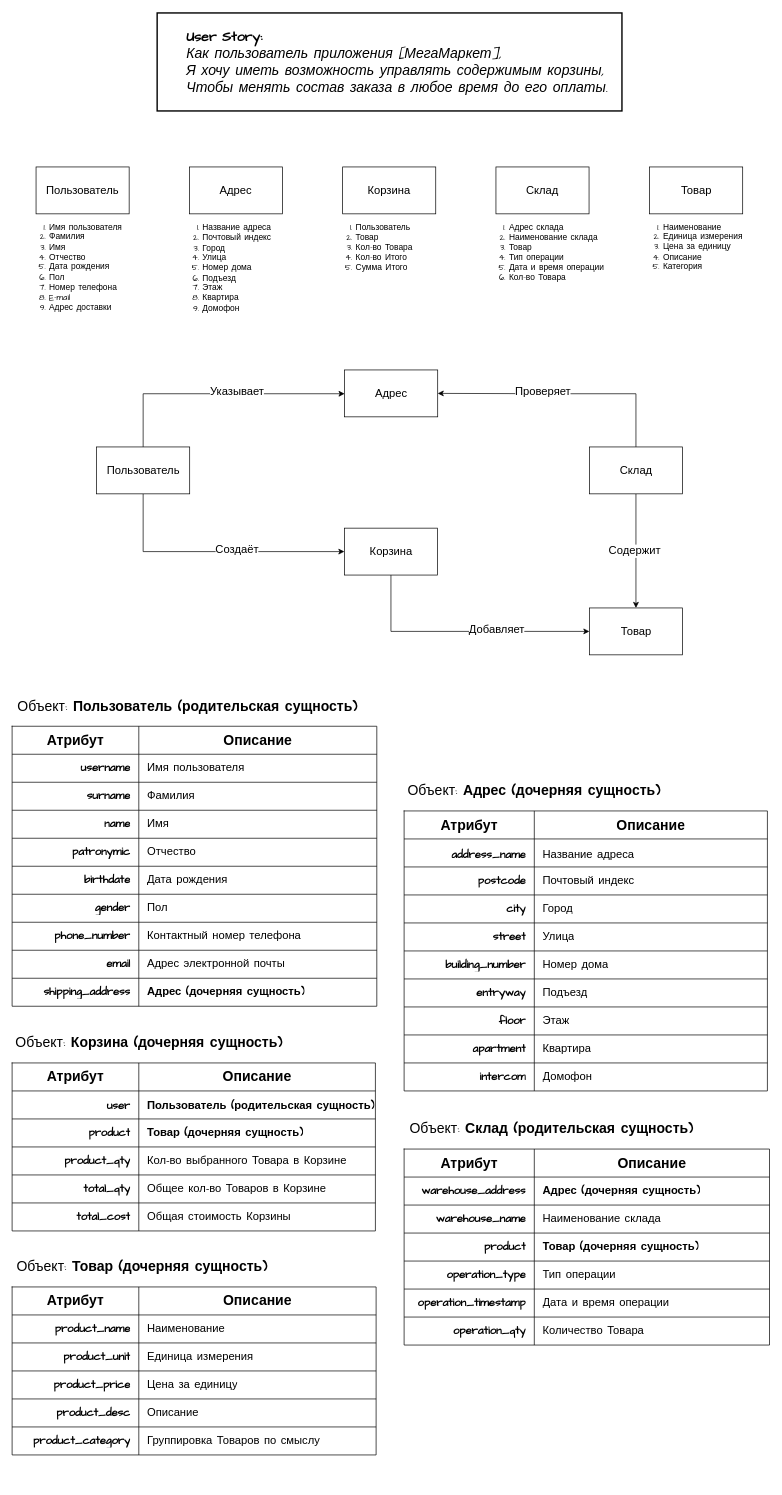
The draw.io diagram Ryabtsev_Alexander/Source/T06_DataModel.drawio in abdullahproff/BSA21_1, before the edit. Source tidied: cells renumbered, new cells numbered last; positions are measured from the earlier drawing's top-left corner, leaving out a move shared by most shapes. Both pictures are drawn from the tidied source at 70%, with x=0, y=0 at pixel (12, 13).
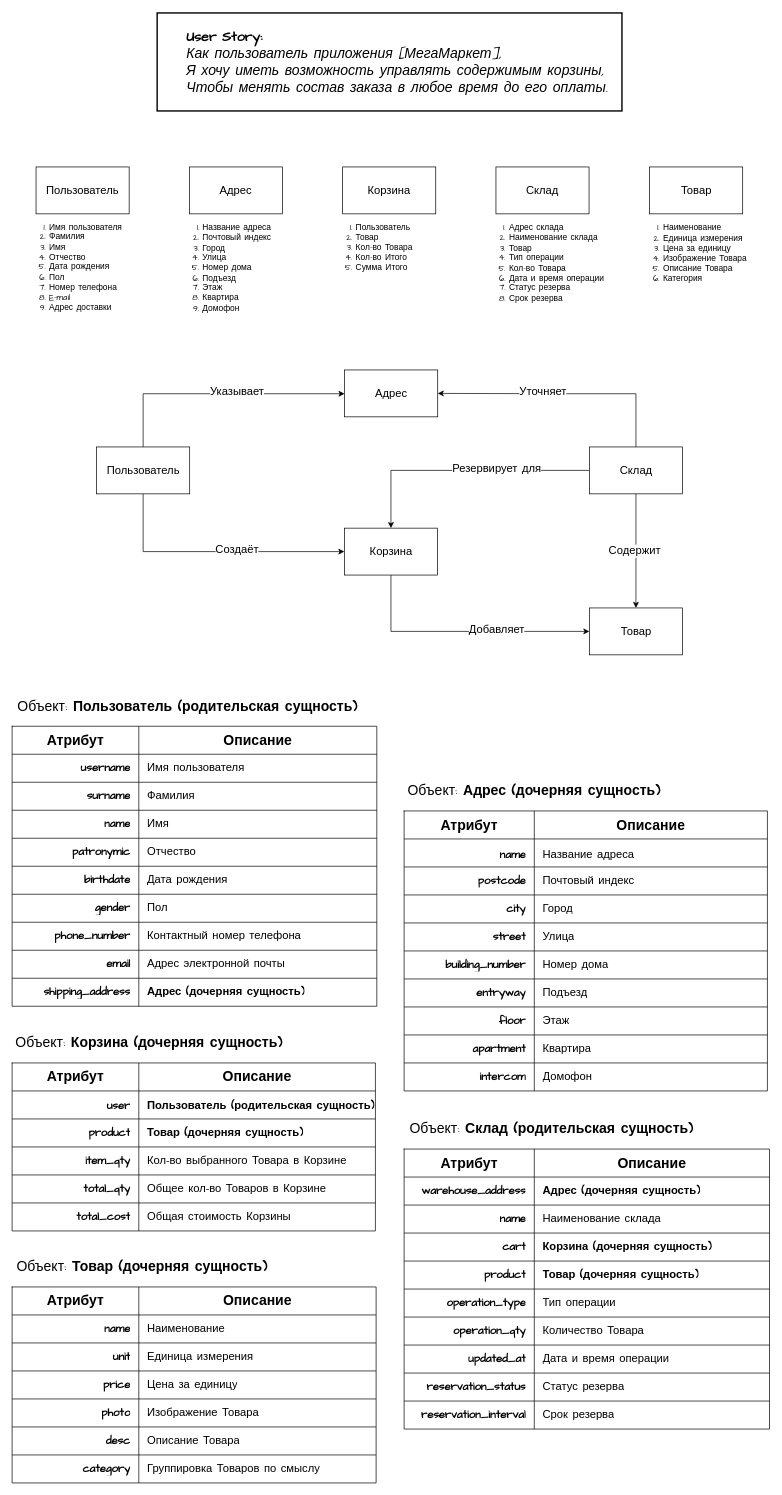
The same diagram, later.

Commit message:
This synchronizes model with ERD

Unchanged cells that the change refers to:
```xml
<mxCell id="20" value="Корзина" style="rounded=0;whiteSpace=wrap;html=1;fontFamily=Comic Sans MS;fontSize=16;" parent="1" vertex="1">
  <mxGeometry x="474.5" y="736" width="133" height="67" as="geometry" />
</mxCell>
<mxCell id="21" style="edgeStyle=orthogonalEdgeStyle;rounded=0;jettySize=auto;html=1;entryX=1;entryY=0.5;entryDx=0;entryDy=0;fontFamily=Comic Sans MS;fontSize=16;exitX=0.5;exitY=0;exitDx=0;exitDy=0;" parent="1" edge="1" source="23" target="59">
  <mxGeometry relative="1" as="geometry">
    <Array as="points">
      <mxPoint x="891.5" y="544" />
      <mxPoint x="786.5" y="544" />
    </Array>
  </mxGeometry>
</mxCell>
<mxCell id="23" value="Склад" style="rounded=0;whiteSpace=wrap;html=1;fontFamily=Comic Sans MS;fontSize=16;" parent="1" vertex="1">
  <mxGeometry x="824.5" y="620" width="133" height="67" as="geometry" />
</mxCell>
<mxCell id="64" style="shape=tableRow;horizontal=0;startSize=0;swimlaneHead=0;swimlaneBody=0;strokeColor=inherit;top=0;left=0;bottom=0;right=0;fillColor=none;fontFamily=Comic Sans MS;fontSize=16;align=center;" parent="60" vertex="1">
  <mxGeometry y="40" width="519" height="40" as="geometry" />
</mxCell>
<mxCell id="96" style="shape=tableRow;horizontal=0;startSize=0;swimlaneHead=0;swimlaneBody=0;strokeColor=inherit;top=0;left=0;bottom=0;right=0;fillColor=none;fontFamily=Comic Sans MS;fontSize=16;" parent="92" vertex="1">
  <mxGeometry y="40" width="520" height="40" as="geometry" />
</mxCell>
<mxCell id="99" style="shape=tableRow;horizontal=0;startSize=0;swimlaneHead=0;swimlaneBody=0;strokeColor=inherit;top=0;left=0;bottom=0;right=0;fillColor=none;fontFamily=Comic Sans MS;fontSize=16;" parent="92" vertex="1">
  <mxGeometry y="80" width="520" height="40" as="geometry" />
</mxCell>
<mxCell id="102" style="shape=tableRow;horizontal=0;startSize=0;swimlaneHead=0;swimlaneBody=0;strokeColor=inherit;top=0;left=0;bottom=0;right=0;fillColor=none;fontFamily=Comic Sans MS;fontSize=16;" parent="92" vertex="1">
  <mxGeometry y="120" width="520" height="40" as="geometry" />
</mxCell>
<mxCell id="124" style="shape=tableRow;horizontal=0;startSize=0;swimlaneHead=0;swimlaneBody=0;strokeColor=inherit;top=0;left=0;bottom=0;right=0;fillColor=none;fontFamily=Comic Sans MS;fontSize=16;" parent="114" vertex="1">
  <mxGeometry y="120" width="519" height="40" as="geometry" />
</mxCell>
<mxCell id="140" style="shape=tableRow;horizontal=0;startSize=0;swimlaneHead=0;swimlaneBody=0;strokeColor=inherit;top=0;left=0;bottom=0;right=0;fillColor=none;fontFamily=Comic Sans MS;fontSize=16;" parent="133" vertex="1">
  <mxGeometry y="80" width="522" height="40" as="geometry" />
</mxCell>
```

What changed in the source:
```diff
@@
-    <mxCell id="8" value="&lt;ol style=&quot;font-size: 12px;&quot;&gt;&lt;li style=&quot;font-size: 12px;&quot;&gt;Наименование&lt;/li&gt;&lt;li style=&quot;font-size: 12px;&quot;&gt;Единица измерения&lt;/li&gt;&lt;li style=&quot;font-size: 12px;&quot;&gt;Цена за единицу&lt;/li&gt;&lt;li style=&quot;font-size: 12px;&quot;&gt;Описание&lt;/li&gt;&lt;li style=&quot;font-size: 12px;&quot;&gt;Категория&lt;/li&gt;&lt;/ol&gt;" style="text;html=1;align=left;verticalAlign=middle;strokeColor=none;fillColor=none;fontFamily=Comic Sans MS;fontSize=12;horizontal=1;" parent="1" vertex="1">
-      <mxGeometry x="887.5" y="280" width="180" height="110" as="geometry" />
+    <mxCell id="8" value="&lt;ol style=&quot;font-size: 12px;&quot;&gt;&lt;li style=&quot;font-size: 12px;&quot;&gt;Наименование&lt;/li&gt;&lt;li style=&quot;font-size: 12px;&quot;&gt;Единица измерения&lt;/li&gt;&lt;li style=&quot;font-size: 12px;&quot;&gt;Цена за единицу&lt;/li&gt;&lt;li style=&quot;font-size: 12px;&quot;&gt;Изображение Товара&lt;/li&gt;&lt;li style=&quot;font-size: 12px;&quot;&gt;Описание Товара&lt;/li&gt;&lt;li style=&quot;font-size: 12px;&quot;&gt;Категория&lt;/li&gt;&lt;/ol&gt;" style="text;html=1;align=left;verticalAlign=middle;strokeColor=none;fillColor=none;fontFamily=Comic Sans MS;fontSize=12;horizontal=1;" parent="1" vertex="1">
+      <mxGeometry x="887.5" y="284" width="180" height="120" as="geometry" />
     </mxCell>
-    <mxCell id="9" value="&lt;ol style=&quot;font-size: 12px;&quot;&gt;&lt;li style=&quot;font-size: 12px;&quot;&gt;Адрес склада&lt;/li&gt;&lt;li style=&quot;font-size: 12px;&quot;&gt;Наименование склада&lt;/li&gt;&lt;li style=&quot;font-size: 12px;&quot;&gt;Товар&lt;/li&gt;&lt;li style=&quot;font-size: 12px;&quot;&gt;&lt;span style=&quot;background-color: initial;&quot;&gt;Тип операции&lt;/span&gt;&lt;/li&gt;&lt;li style=&quot;font-size: 12px;&quot;&gt;&lt;span style=&quot;background-color: initial;&quot;&gt;Дата и время операции&lt;/span&gt;&lt;br&gt;&lt;/li&gt;&lt;li&gt;Кол-во Товара&lt;/li&gt;&lt;/ol&gt;" style="text;html=1;align=left;verticalAlign=middle;strokeColor=none;fillColor=none;fontFamily=Comic Sans MS;fontSize=12;horizontal=1;" parent="1" vertex="1">
-      <mxGeometry x="668" y="283" width="200" height="120" as="geometry" />
+    <mxCell id="9" value="&lt;ol style=&quot;font-size: 12px;&quot;&gt;&lt;li style=&quot;font-size: 12px;&quot;&gt;Адрес склада&lt;/li&gt;&lt;li style=&quot;font-size: 12px;&quot;&gt;Наименование склада&lt;/li&gt;&lt;li style=&quot;font-size: 12px;&quot;&gt;Товар&lt;/li&gt;&lt;li&gt;&lt;span style=&quot;background-color: initial;&quot;&gt;Тип операции&lt;br&gt;&lt;/span&gt;&lt;/li&gt;&lt;li&gt;&lt;span style=&quot;background-color: initial;&quot;&gt;Кол-во Товара&lt;/span&gt;&lt;br&gt;&lt;/li&gt;&lt;li style=&quot;font-size: 12px;&quot;&gt;&lt;span style=&quot;background-color: initial;&quot;&gt;Дата и время операции&lt;/span&gt;&lt;br&gt;&lt;/li&gt;&lt;li&gt;Статус резерва&lt;/li&gt;&lt;li&gt;Срок резерва&lt;/li&gt;&lt;/ol&gt;" style="text;html=1;align=left;verticalAlign=middle;strokeColor=none;fillColor=none;fontFamily=Comic Sans MS;fontSize=12;horizontal=1;" parent="1" vertex="1">
+      <mxGeometry x="668" y="283" width="200" height="150" as="geometry" />
     </mxCell>
@@
-    <mxCell id="22" value="Проверяет" style="edgeLabel;html=1;align=center;verticalAlign=middle;fontFamily=Comic Sans MS;fontSize=16;" parent="21" vertex="1">
+    <mxCell id="22" value="Уточняет" style="edgeLabel;html=1;align=center;verticalAlign=middle;fontFamily=Comic Sans MS;fontSize=16;" parent="21" vertex="1">
       <mxGeometry x="0.19" y="1" relative="1" as="geometry">
         <mxPoint x="5" y="-4" as="offset" />
       </mxGeometry>
     </mxCell>
+    <mxCell id="155" style="edgeStyle=orthogonalEdgeStyle;rounded=0;jettySize=auto;html=1;entryX=0.5;entryY=0;entryDx=0;entryDy=0;" parent="1" edge="1" source="23" target="20">
+      <mxGeometry relative="1" as="geometry" />
+    </mxCell>
+    <mxCell id="156" value="Резервирует для" style="edgeLabel;html=1;align=center;verticalAlign=middle;fontFamily=Comic Sans MS;fontSize=16;" parent="155" vertex="1">
+      <mxGeometry y="-3" relative="1" as="geometry">
+        <mxPoint x="50" as="offset" />
+      </mxGeometry>
+    </mxCell>
@@
-    <mxCell id="65" value="&lt;span style=&quot;font-size: 16px; font-weight: 700;&quot;&gt;address_name&lt;/span&gt;" style="shape=partialRectangle;html=1;whiteSpace=wrap;strokeColor=inherit;overflow=hidden;fillColor=none;top=0;left=0;bottom=0;right=0;fontFamily=Comic Sans MS;fontSize=20;align=right;spacingRight=10;" parent="64" vertex="1">
+    <mxCell id="65" value="&lt;span style=&quot;font-size: 16px; font-weight: 700;&quot;&gt;name&lt;/span&gt;" style="shape=partialRectangle;html=1;whiteSpace=wrap;strokeColor=inherit;overflow=hidden;fillColor=none;top=0;left=0;bottom=0;right=0;fontFamily=Comic Sans MS;fontSize=20;align=right;spacingRight=10;" parent="64" vertex="1">
       <mxGeometry width="186" height="40" as="geometry" />
     </mxCell>
@@
     <mxCell id="92" style="shape=table;startSize=0;childLayout=tableLayout;fontFamily=Comic Sans MS;fontSize=16;" parent="1" vertex="1">
-      <mxGeometry x="-0.2" y="1820" width="520" height="240" as="geometry" />
+      <mxGeometry x="-0.2" y="1820" width="520" height="280" as="geometry" />
     </mxCell>
@@
-    <mxCell id="97" value="product_name" style="shape=partialRectangle;html=1;whiteSpace=wrap;strokeColor=inherit;overflow=hidden;fillColor=none;top=0;left=0;bottom=0;right=0;fontFamily=Comic Sans MS;fontSize=16;align=right;spacingRight=10;fontStyle=1;" parent="96" vertex="1">
+    <mxCell id="97" value="name" style="shape=partialRectangle;html=1;whiteSpace=wrap;strokeColor=inherit;overflow=hidden;fillColor=none;top=0;left=0;bottom=0;right=0;fontFamily=Comic Sans MS;fontSize=16;align=right;spacingRight=10;fontStyle=1;" parent="96" vertex="1">
       <mxGeometry width="181" height="40" as="geometry" />
     </mxCell>
@@
-    <mxCell id="100" value="product_unit" style="shape=partialRectangle;html=1;whiteSpace=wrap;strokeColor=inherit;overflow=hidden;fillColor=none;top=0;left=0;bottom=0;right=0;fontFamily=Comic Sans MS;fontSize=16;align=right;spacingRight=10;fontStyle=1;" parent="99" vertex="1">
+    <mxCell id="100" value="unit" style="shape=partialRectangle;html=1;whiteSpace=wrap;strokeColor=inherit;overflow=hidden;fillColor=none;top=0;left=0;bottom=0;right=0;fontFamily=Comic Sans MS;fontSize=16;align=right;spacingRight=10;fontStyle=1;" parent="99" vertex="1">
       <mxGeometry width="181" height="40" as="geometry" />
     </mxCell>
@@
-    <mxCell id="103" value="product_price" style="shape=partialRectangle;html=1;whiteSpace=wrap;strokeColor=inherit;overflow=hidden;fillColor=none;top=0;left=0;bottom=0;right=0;fontFamily=Comic Sans MS;fontSize=16;align=right;spacingRight=10;fontStyle=1;" parent="102" vertex="1">
+    <mxCell id="103" value="price" style="shape=partialRectangle;html=1;whiteSpace=wrap;strokeColor=inherit;overflow=hidden;fillColor=none;top=0;left=0;bottom=0;right=0;fontFamily=Comic Sans MS;fontSize=16;align=right;spacingRight=10;fontStyle=1;" parent="102" vertex="1">
       <mxGeometry width="181" height="40" as="geometry" />
     </mxCell>
@@
+    <mxCell id="157" style="shape=tableRow;horizontal=0;startSize=0;swimlaneHead=0;swimlaneBody=0;strokeColor=inherit;top=0;left=0;bottom=0;right=0;fillColor=none;fontFamily=Comic Sans MS;fontSize=16;" parent="92" vertex="1">
+      <mxGeometry y="160" width="520" height="40" as="geometry" />
+    </mxCell>
+    <mxCell id="158" value="photo" style="shape=partialRectangle;html=1;whiteSpace=wrap;strokeColor=inherit;overflow=hidden;fillColor=none;top=0;left=0;bottom=0;right=0;fontFamily=Comic Sans MS;fontSize=16;align=right;spacingRight=10;fontStyle=1;" parent="157" vertex="1">
+      <mxGeometry width="181" height="40" as="geometry" />
+    </mxCell>
+    <mxCell id="159" value="Изображение Товара" style="shape=partialRectangle;html=1;whiteSpace=wrap;strokeColor=inherit;overflow=hidden;fillColor=none;top=0;left=0;bottom=0;right=0;fontFamily=Comic Sans MS;fontSize=16;align=left;spacingLeft=10;" parent="157" vertex="1">
+      <mxGeometry x="181" width="339" height="40" as="geometry" />
+    </mxCell>
     <mxCell id="105" style="shape=tableRow;horizontal=0;startSize=0;swimlaneHead=0;swimlaneBody=0;strokeColor=inherit;top=0;left=0;bottom=0;right=0;fillColor=none;fontFamily=Comic Sans MS;fontSize=16;" parent="92" vertex="1">
-      <mxGeometry y="160" width="520" height="40" as="geometry" />
+      <mxGeometry y="200" width="520" height="40" as="geometry" />
     </mxCell>
-    <mxCell id="106" value="product_desc" style="shape=partialRectangle;html=1;whiteSpace=wrap;strokeColor=inherit;overflow=hidden;fillColor=none;top=0;left=0;bottom=0;right=0;fontFamily=Comic Sans MS;fontSize=16;align=right;spacingRight=10;fontStyle=1;" parent="105" vertex="1">
+    <mxCell id="106" value="desc" style="shape=partialRectangle;html=1;whiteSpace=wrap;strokeColor=inherit;overflow=hidden;fillColor=none;top=0;left=0;bottom=0;right=0;fontFamily=Comic Sans MS;fontSize=16;align=right;spacingRight=10;fontStyle=1;" parent="105" vertex="1">
       <mxGeometry width="181" height="40" as="geometry" />
     </mxCell>
-    <mxCell id="107" value="&lt;span style=&quot;text-align: right;&quot;&gt;Описание&lt;/span&gt;" style="shape=partialRectangle;html=1;whiteSpace=wrap;strokeColor=inherit;overflow=hidden;fillColor=none;top=0;left=0;bottom=0;right=0;fontFamily=Comic Sans MS;fontSize=16;align=left;spacingLeft=10;" parent="105" vertex="1">
+    <mxCell id="107" value="&lt;span style=&quot;text-align: right;&quot;&gt;Описание Товара&lt;/span&gt;" style="shape=partialRectangle;html=1;whiteSpace=wrap;strokeColor=inherit;overflow=hidden;fillColor=none;top=0;left=0;bottom=0;right=0;fontFamily=Comic Sans MS;fontSize=16;align=left;spacingLeft=10;" parent="105" vertex="1">
       <mxGeometry x="181" width="339" height="40" as="geometry" />
     </mxCell>
     <mxCell id="108" style="shape=tableRow;horizontal=0;startSize=0;swimlaneHead=0;swimlaneBody=0;strokeColor=inherit;top=0;left=0;bottom=0;right=0;fillColor=none;fontFamily=Comic Sans MS;fontSize=16;" parent="92" vertex="1">
-      <mxGeometry y="200" width="520" height="40" as="geometry" />
+      <mxGeometry y="240" width="520" height="40" as="geometry" />
     </mxCell>
-    <mxCell id="109" value="product_category" style="shape=partialRectangle;html=1;whiteSpace=wrap;strokeColor=inherit;overflow=hidden;fillColor=none;top=0;left=0;bottom=0;right=0;fontFamily=Comic Sans MS;fontSize=16;align=right;spacingRight=10;fontStyle=1;" parent="108" vertex="1">
+    <mxCell id="109" value="category" style="shape=partialRectangle;html=1;whiteSpace=wrap;strokeColor=inherit;overflow=hidden;fillColor=none;top=0;left=0;bottom=0;right=0;fontFamily=Comic Sans MS;fontSize=16;align=right;spacingRight=10;fontStyle=1;" parent="108" vertex="1">
       <mxGeometry width="181" height="40" as="geometry" />
     </mxCell>
@@
-    <mxCell id="125" value="product_qty" style="shape=partialRectangle;html=1;whiteSpace=wrap;strokeColor=inherit;overflow=hidden;fillColor=none;top=0;left=0;bottom=0;right=0;fontFamily=Comic Sans MS;fontSize=16;align=right;spacingRight=10;fontStyle=1;" parent="124" vertex="1">
+    <mxCell id="125" value="item_qty" style="shape=partialRectangle;html=1;whiteSpace=wrap;strokeColor=inherit;overflow=hidden;fillColor=none;top=0;left=0;bottom=0;right=0;fontFamily=Comic Sans MS;fontSize=16;align=right;spacingRight=10;fontStyle=1;" parent="124" vertex="1">
       <mxGeometry width="181" height="40" as="geometry" />
     </mxCell>
@@
     <mxCell id="133" style="shape=table;startSize=0;childLayout=tableLayout;fontFamily=Comic Sans MS;fontSize=16;" parent="1" vertex="1">
-      <mxGeometry x="559.8" y="1623" width="522" height="280" as="geometry" />
+      <mxGeometry x="559.8" y="1623" width="522" height="400" as="geometry" />
     </mxCell>
@@
-    <mxCell id="141" value="warehouse_name" style="shape=partialRectangle;html=1;whiteSpace=wrap;strokeColor=inherit;overflow=hidden;fillColor=none;top=0;left=0;bottom=0;right=0;fontFamily=Comic Sans MS;fontSize=16;align=right;spacingRight=10;fontStyle=1;" parent="140" vertex="1">
+    <mxCell id="141" value="name" style="shape=partialRectangle;html=1;whiteSpace=wrap;strokeColor=inherit;overflow=hidden;fillColor=none;top=0;left=0;bottom=0;right=0;fontFamily=Comic Sans MS;fontSize=16;align=right;spacingRight=10;fontStyle=1;" parent="140" vertex="1">
       <mxGeometry width="186" height="40" as="geometry" />
     </mxCell>
@@
+    <mxCell id="160" style="shape=tableRow;horizontal=0;startSize=0;swimlaneHead=0;swimlaneBody=0;strokeColor=inherit;top=0;left=0;bottom=0;right=0;fillColor=none;fontFamily=Comic Sans MS;fontSize=16;" parent="133" vertex="1">
+      <mxGeometry y="120" width="522" height="40" as="geometry" />
+    </mxCell>
+    <mxCell id="161" value="cart" style="shape=partialRectangle;html=1;whiteSpace=wrap;strokeColor=inherit;overflow=hidden;fillColor=none;top=0;left=0;bottom=0;right=0;fontFamily=Comic Sans MS;fontSize=16;align=right;spacingRight=10;fontStyle=1;" parent="160" vertex="1">
+      <mxGeometry width="186" height="40" as="geometry" />
+    </mxCell>
+    <mxCell id="162" value="&lt;b style=&quot;text-wrap: nowrap; text-align: center;&quot;&gt;Корзина (дочерняя сущность)&lt;/b&gt;" style="shape=partialRectangle;html=1;whiteSpace=wrap;strokeColor=inherit;overflow=hidden;fillColor=none;top=0;left=0;bottom=0;right=0;fontFamily=Comic Sans MS;fontSize=16;align=left;spacingLeft=10;" parent="160" vertex="1">
+      <mxGeometry x="186" width="336" height="40" as="geometry" />
+    </mxCell>
     <mxCell id="143" style="shape=tableRow;horizontal=0;startSize=0;swimlaneHead=0;swimlaneBody=0;strokeColor=inherit;top=0;left=0;bottom=0;right=0;fillColor=none;fontFamily=Comic Sans MS;fontSize=16;" parent="133" vertex="1">
-      <mxGeometry y="120" width="522" height="40" as="geometry" />
+      <mxGeometry y="160" width="522" height="40" as="geometry" />
     </mxCell>
@@
     <mxCell id="146" style="shape=tableRow;horizontal=0;startSize=0;swimlaneHead=0;swimlaneBody=0;strokeColor=inherit;top=0;left=0;bottom=0;right=0;fillColor=none;fontFamily=Comic Sans MS;fontSize=16;" parent="133" vertex="1">
-      <mxGeometry y="160" width="522" height="40" as="geometry" />
+      <mxGeometry y="200" width="522" height="40" as="geometry" />
     </mxCell>
@@
-    <mxCell id="149" style="shape=tableRow;horizontal=0;startSize=0;swimlaneHead=0;swimlaneBody=0;strokeColor=inherit;top=0;left=0;bottom=0;right=0;fillColor=none;fontFamily=Comic Sans MS;fontSize=16;" parent="133" vertex="1">
-      <mxGeometry y="200" width="522" height="40" as="geometry" />
-    </mxCell>
-    <mxCell id="150" value="operation_timestamp" style="shape=partialRectangle;html=1;whiteSpace=wrap;strokeColor=inherit;overflow=hidden;fillColor=none;top=0;left=0;bottom=0;right=0;fontFamily=Comic Sans MS;fontSize=16;align=right;spacingRight=10;fontStyle=1;" parent="149" vertex="1">
-      <mxGeometry width="186" height="40" as="geometry" />
-    </mxCell>
-    <mxCell id="151" value="Дата и время операции" style="shape=partialRectangle;html=1;whiteSpace=wrap;strokeColor=inherit;overflow=hidden;fillColor=none;top=0;left=0;bottom=0;right=0;fontFamily=Comic Sans MS;fontSize=16;align=left;spacingLeft=10;" parent="149" vertex="1">
-      <mxGeometry x="186" width="336" height="40" as="geometry" />
-    </mxCell>
@@
+    <mxCell id="163" style="shape=tableRow;horizontal=0;startSize=0;swimlaneHead=0;swimlaneBody=0;strokeColor=inherit;top=0;left=0;bottom=0;right=0;fillColor=none;fontFamily=Comic Sans MS;fontSize=16;" parent="133" vertex="1">
+      <mxGeometry y="280" width="522" height="40" as="geometry" />
+    </mxCell>
+    <mxCell id="164" value="updated_at" style="shape=partialRectangle;html=1;whiteSpace=wrap;strokeColor=inherit;overflow=hidden;fillColor=none;top=0;left=0;bottom=0;right=0;fontFamily=Comic Sans MS;fontSize=16;align=right;spacingRight=10;fontStyle=1;" parent="163" vertex="1">
+      <mxGeometry width="186" height="40" as="geometry" />
+    </mxCell>
+    <mxCell id="151" value="Дата и время операции" style="shape=partialRectangle;html=1;whiteSpace=wrap;strokeColor=inherit;overflow=hidden;fillColor=none;top=0;left=0;bottom=0;right=0;fontFamily=Comic Sans MS;fontSize=16;align=left;spacingLeft=10;" parent="163" vertex="1">
+      <mxGeometry x="186" width="336" height="40" as="geometry" />
+    </mxCell>
+    <mxCell id="165" style="shape=tableRow;horizontal=0;startSize=0;swimlaneHead=0;swimlaneBody=0;strokeColor=inherit;top=0;left=0;bottom=0;right=0;fillColor=none;fontFamily=Comic Sans MS;fontSize=16;" parent="133" vertex="1">
+      <mxGeometry y="320" width="522" height="40" as="geometry" />
+    </mxCell>
+    <mxCell id="166" value="reservation_status" style="shape=partialRectangle;html=1;whiteSpace=wrap;strokeColor=inherit;overflow=hidden;fillColor=none;top=0;left=0;bottom=0;right=0;fontFamily=Comic Sans MS;fontSize=16;align=right;spacingRight=10;fontStyle=1;" parent="165" vertex="1">
+      <mxGeometry width="186" height="40" as="geometry" />
+    </mxCell>
+    <mxCell id="167" value="Статус резерва" style="shape=partialRectangle;html=1;whiteSpace=wrap;strokeColor=inherit;overflow=hidden;fillColor=none;top=0;left=0;bottom=0;right=0;fontFamily=Comic Sans MS;fontSize=16;align=left;spacingLeft=10;" parent="165" vertex="1">
+      <mxGeometry x="186" width="336" height="40" as="geometry" />
+    </mxCell>
+    <mxCell id="168" style="shape=tableRow;horizontal=0;startSize=0;swimlaneHead=0;swimlaneBody=0;strokeColor=inherit;top=0;left=0;bottom=0;right=0;fillColor=none;fontFamily=Comic Sans MS;fontSize=16;" parent="133" vertex="1">
+      <mxGeometry y="360" width="522" height="40" as="geometry" />
+    </mxCell>
+    <mxCell id="169" value="reservation_interval" style="shape=partialRectangle;html=1;whiteSpace=wrap;strokeColor=inherit;overflow=hidden;fillColor=none;top=0;left=0;bottom=0;right=0;fontFamily=Comic Sans MS;fontSize=16;align=right;spacingRight=10;fontStyle=1;" parent="168" vertex="1">
+      <mxGeometry width="186" height="40" as="geometry" />
+    </mxCell>
+    <mxCell id="170" value="Срок резерва" style="shape=partialRectangle;html=1;whiteSpace=wrap;strokeColor=inherit;overflow=hidden;fillColor=none;top=0;left=0;bottom=0;right=0;fontFamily=Comic Sans MS;fontSize=16;align=left;spacingLeft=10;" parent="168" vertex="1">
+      <mxGeometry x="186" width="336" height="40" as="geometry" />
+    </mxCell>
```
